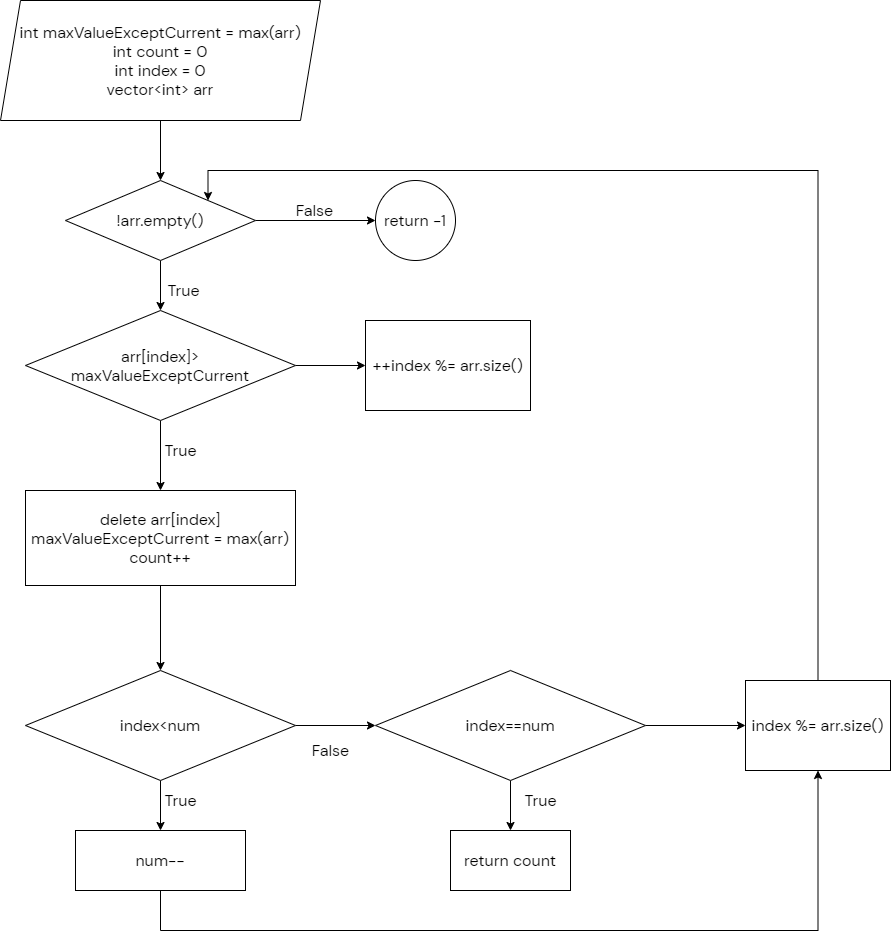
Earlier version of the draw.io export Printer-Queue.png (wildDoubt/210303_Printer-Queue_CWY). Source tidied: cells renumbered, new cells last; positions are measured from the earlier drawing's top-left corner, leaving out a move shared by most shapes.
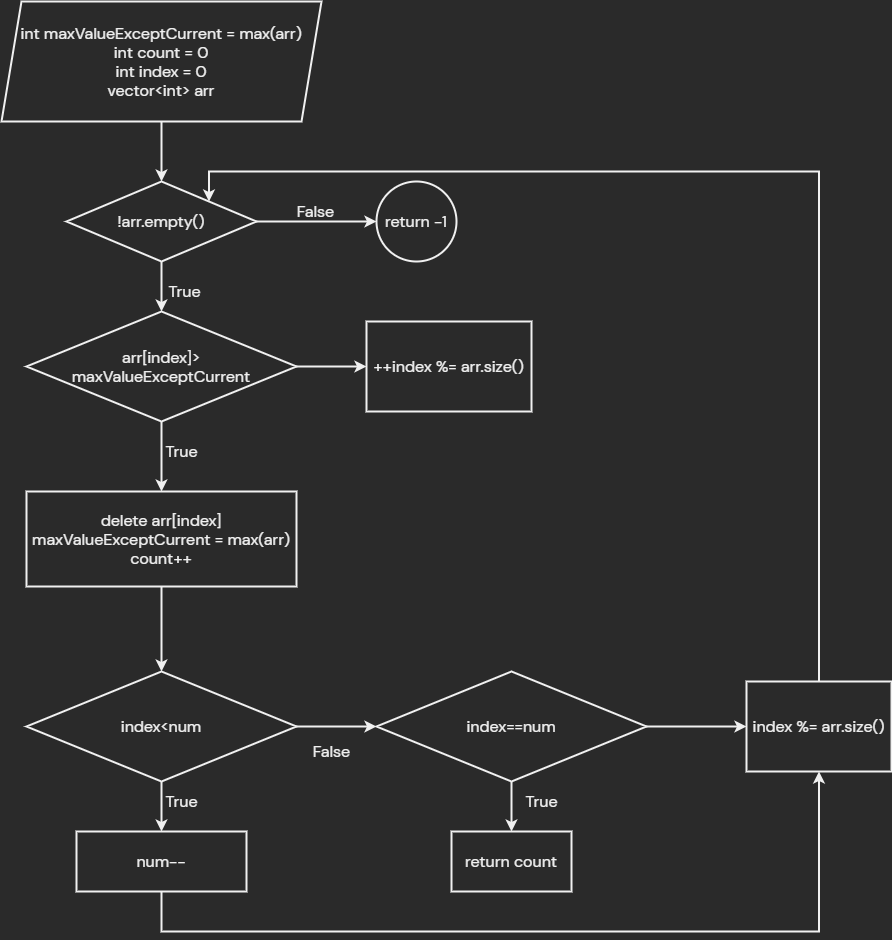
The same diagram one commit later.

Commit message:
apply dark theme to flowchart

What changed in the source:
```diff
@@ -2,70 +2,70 @@
   <root>
     <mxCell id="0" />
     <mxCell id="1" parent="0" />
-    <mxCell id="2" style="edgeStyle=orthogonalEdgeStyle;rounded=0;jettySize=auto;html=1;fontSize=16;entryX=0.5;entryY=0;entryDx=0;entryDy=0;exitX=0.5;exitY=1;exitDx=0;exitDy=0;fontFamily=DM Sans;fontSource=https%3A%2F%2Ffonts.googleapis.com%2Fcss%3Ffamily%3DDM%2BSans;" parent="1" edge="1" source="7" target="5">
+    <mxCell id="2" style="edgeStyle=orthogonalEdgeStyle;rounded=0;jettySize=auto;html=1;fontSize=16;entryX=0.5;entryY=0;entryDx=0;entryDy=0;exitX=0.5;exitY=1;exitDx=0;exitDy=0;fontFamily=DM Sans;fontSource=https%3A%2F%2Ffonts.googleapis.com%2Fcss%3Ffamily%3DDM%2BSans;strokeWidth=2;" parent="1" edge="1" source="7" target="5">
       <mxGeometry relative="1" as="geometry" />
     </mxCell>
-    <mxCell id="3" style="edgeStyle=orthogonalEdgeStyle;rounded=0;jettySize=auto;html=1;fontSize=16;entryX=0.5;entryY=0;entryDx=0;entryDy=0;fontFamily=DM Sans;fontSource=https%3A%2F%2Ffonts.googleapis.com%2Fcss%3Ffamily%3DDM%2BSans;" parent="1" edge="1" source="5" target="11">
+    <mxCell id="3" style="edgeStyle=orthogonalEdgeStyle;rounded=0;jettySize=auto;html=1;fontSize=16;entryX=0.5;entryY=0;entryDx=0;entryDy=0;fontFamily=DM Sans;fontSource=https%3A%2F%2Ffonts.googleapis.com%2Fcss%3Ffamily%3DDM%2BSans;strokeWidth=2;" parent="1" edge="1" source="5" target="11">
       <mxGeometry relative="1" as="geometry" />
     </mxCell>
-    <mxCell id="4" style="edgeStyle=orthogonalEdgeStyle;rounded=0;jettySize=auto;html=1;fontSize=16;entryX=0;entryY=0.5;entryDx=0;entryDy=0;fontFamily=DM Sans;fontSource=https%3A%2F%2Ffonts.googleapis.com%2Fcss%3Ffamily%3DDM%2BSans;" parent="1" edge="1" source="5" target="8">
+    <mxCell id="4" style="edgeStyle=orthogonalEdgeStyle;rounded=0;jettySize=auto;html=1;fontSize=16;entryX=0;entryY=0.5;entryDx=0;entryDy=0;fontFamily=DM Sans;fontSource=https%3A%2F%2Ffonts.googleapis.com%2Fcss%3Ffamily%3DDM%2BSans;strokeWidth=2;" parent="1" edge="1" source="5" target="8">
       <mxGeometry relative="1" as="geometry" />
     </mxCell>
-    <mxCell id="5" value="!arr.empty()" style="rhombus;whiteSpace=wrap;html=1;fontSize=16;fontFamily=DM Sans;fontSource=https%3A%2F%2Ffonts.googleapis.com%2Fcss%3Ffamily%3DDM%2BSans;" parent="1" vertex="1">
+    <mxCell id="5" value="!arr.empty()" style="rhombus;whiteSpace=wrap;html=1;fontSize=16;fontFamily=DM Sans;fontSource=https%3A%2F%2Ffonts.googleapis.com%2Fcss%3Ffamily%3DDM%2BSans;strokeWidth=2;" parent="1" vertex="1">
       <mxGeometry x="65" y="180" width="190" height="80" as="geometry" />
     </mxCell>
-    <mxCell id="6" value="True" style="text;html=1;align=center;verticalAlign=middle;fontSize=16;fontFamily=DM Sans;fontSource=https%3A%2F%2Ffonts.googleapis.com%2Fcss%3Ffamily%3DDM%2BSans;" parent="1" vertex="1">
+    <mxCell id="6" value="True" style="text;html=1;align=center;verticalAlign=middle;fontSize=16;fontFamily=DM Sans;fontSource=https%3A%2F%2Ffonts.googleapis.com%2Fcss%3Ffamily%3DDM%2BSans;strokeWidth=2;" parent="1" vertex="1">
       <mxGeometry x="158" y="280" width="50" height="20" as="geometry" />
     </mxCell>
-    <mxCell id="7" value="&lt;span&gt;int maxValueExceptCurrent = max(arr)&lt;/span&gt;&lt;br&gt;&lt;span&gt;int count = 0&lt;/span&gt;&lt;br&gt;&lt;span&gt;int index = 0&lt;br&gt;vector&amp;lt;int&amp;gt; arr&lt;br&gt;&lt;/span&gt;" style="shape=parallelogram;perimeter=parallelogramPerimeter;whiteSpace=wrap;html=1;fixedSize=1;fontSize=16;fontFamily=DM Sans;fontSource=https%3A%2F%2Ffonts.googleapis.com%2Fcss%3Ffamily%3DDM%2BSans;" parent="1" vertex="1">
+    <mxCell id="7" value="&lt;span&gt;int maxValueExceptCurrent = max(arr)&lt;/span&gt;&lt;br&gt;&lt;span&gt;int count = 0&lt;/span&gt;&lt;br&gt;&lt;span&gt;int index = 0&lt;br&gt;vector&amp;lt;int&amp;gt; arr&lt;br&gt;&lt;/span&gt;" style="shape=parallelogram;perimeter=parallelogramPerimeter;whiteSpace=wrap;html=1;fixedSize=1;fontSize=16;fontFamily=DM Sans;fontSource=https%3A%2F%2Ffonts.googleapis.com%2Fcss%3Ffamily%3DDM%2BSans;strokeWidth=2;" parent="1" vertex="1">
       <mxGeometry width="320" height="120" as="geometry" />
     </mxCell>
-    <mxCell id="8" value="return -1" style="ellipse;whiteSpace=wrap;html=1;fontSize=16;fontFamily=DM Sans;fontSource=https%3A%2F%2Ffonts.googleapis.com%2Fcss%3Ffamily%3DDM%2BSans;" parent="1" vertex="1">
+    <mxCell id="8" value="return -1" style="ellipse;whiteSpace=wrap;html=1;fontSize=16;fontFamily=DM Sans;fontSource=https%3A%2F%2Ffonts.googleapis.com%2Fcss%3Ffamily%3DDM%2BSans;strokeWidth=2;" parent="1" vertex="1">
       <mxGeometry x="375" y="180" width="80" height="80" as="geometry" />
     </mxCell>
-    <mxCell id="9" style="edgeStyle=orthogonalEdgeStyle;rounded=0;jettySize=auto;html=1;fontSize=16;fontFamily=DM Sans;fontSource=https%3A%2F%2Ffonts.googleapis.com%2Fcss%3Ffamily%3DDM%2BSans;" parent="1" edge="1" source="11" target="13">
+    <mxCell id="9" style="edgeStyle=orthogonalEdgeStyle;rounded=0;jettySize=auto;html=1;fontSize=16;fontFamily=DM Sans;fontSource=https%3A%2F%2Ffonts.googleapis.com%2Fcss%3Ffamily%3DDM%2BSans;strokeWidth=2;" parent="1" edge="1" source="11" target="13">
       <mxGeometry relative="1" as="geometry" />
     </mxCell>
-    <mxCell id="10" style="edgeStyle=orthogonalEdgeStyle;rounded=0;jettySize=auto;html=1;fontSize=16;fontFamily=DM Sans;fontSource=https%3A%2F%2Ffonts.googleapis.com%2Fcss%3Ffamily%3DDM%2BSans;" parent="1" edge="1" source="11" target="15">
+    <mxCell id="10" style="edgeStyle=orthogonalEdgeStyle;rounded=0;jettySize=auto;html=1;fontSize=16;fontFamily=DM Sans;fontSource=https%3A%2F%2Ffonts.googleapis.com%2Fcss%3Ffamily%3DDM%2BSans;strokeWidth=2;" parent="1" edge="1" source="11" target="15">
       <mxGeometry relative="1" as="geometry" />
     </mxCell>
-    <mxCell id="11" value="arr[index]&amp;gt;&lt;br&gt;maxValueExceptCurrent" style="rhombus;whiteSpace=wrap;html=1;fontSize=16;fontFamily=DM Sans;fontSource=https%3A%2F%2Ffonts.googleapis.com%2Fcss%3Ffamily%3DDM%2BSans;" parent="1" vertex="1">
+    <mxCell id="11" value="arr[index]&amp;gt;&lt;br&gt;maxValueExceptCurrent" style="rhombus;whiteSpace=wrap;html=1;fontSize=16;fontFamily=DM Sans;fontSource=https%3A%2F%2Ffonts.googleapis.com%2Fcss%3Ffamily%3DDM%2BSans;strokeWidth=2;" parent="1" vertex="1">
       <mxGeometry x="25" y="310" width="270" height="110" as="geometry" />
     </mxCell>
-    <mxCell id="12" value="False" style="text;html=1;align=center;verticalAlign=middle;fontSize=16;fontFamily=DM Sans;fontSource=https%3A%2F%2Ffonts.googleapis.com%2Fcss%3Ffamily%3DDM%2BSans;" parent="1" vertex="1">
+    <mxCell id="12" value="False" style="text;html=1;align=center;verticalAlign=middle;fontSize=16;fontFamily=DM Sans;fontSource=https%3A%2F%2Ffonts.googleapis.com%2Fcss%3Ffamily%3DDM%2BSans;strokeWidth=2;" parent="1" vertex="1">
       <mxGeometry x="288.5" y="200" width="50" height="20" as="geometry" />
     </mxCell>
-    <mxCell id="13" value="++index %= arr.size()" style="whiteSpace=wrap;html=1;fontSize=16;fontFamily=DM Sans;fontSource=https%3A%2F%2Ffonts.googleapis.com%2Fcss%3Ffamily%3DDM%2BSans;" parent="1" vertex="1">
+    <mxCell id="13" value="++index %= arr.size()" style="whiteSpace=wrap;html=1;fontSize=16;fontFamily=DM Sans;fontSource=https%3A%2F%2Ffonts.googleapis.com%2Fcss%3Ffamily%3DDM%2BSans;strokeWidth=2;" parent="1" vertex="1">
       <mxGeometry x="365" y="320" width="165" height="90" as="geometry" />
     </mxCell>
-    <mxCell id="14" style="edgeStyle=orthogonalEdgeStyle;rounded=0;jettySize=auto;html=1;fontSize=16;entryX=0.5;entryY=0;entryDx=0;entryDy=0;fontFamily=DM Sans;fontSource=https%3A%2F%2Ffonts.googleapis.com%2Fcss%3Ffamily%3DDM%2BSans;" parent="1" edge="1" source="15" target="19">
+    <mxCell id="14" style="edgeStyle=orthogonalEdgeStyle;rounded=0;jettySize=auto;html=1;fontSize=16;entryX=0.5;entryY=0;entryDx=0;entryDy=0;fontFamily=DM Sans;fontSource=https%3A%2F%2Ffonts.googleapis.com%2Fcss%3Ffamily%3DDM%2BSans;strokeWidth=2;" parent="1" edge="1" source="15" target="19">
       <mxGeometry relative="1" as="geometry" />
     </mxCell>
-    <mxCell id="15" value="delete arr[index]&lt;br&gt;maxValueExceptCurrent = max(arr)&lt;br&gt;count++" style="whiteSpace=wrap;html=1;fontSize=16;fontFamily=DM Sans;fontSource=https%3A%2F%2Ffonts.googleapis.com%2Fcss%3Ffamily%3DDM%2BSans;" parent="1" vertex="1">
+    <mxCell id="15" value="delete arr[index]&lt;br&gt;maxValueExceptCurrent = max(arr)&lt;br&gt;count++" style="whiteSpace=wrap;html=1;fontSize=16;fontFamily=DM Sans;fontSource=https%3A%2F%2Ffonts.googleapis.com%2Fcss%3Ffamily%3DDM%2BSans;strokeWidth=2;" parent="1" vertex="1">
       <mxGeometry x="25" y="490" width="270" height="95" as="geometry" />
     </mxCell>
-    <mxCell id="16" value="True" style="text;html=1;align=center;verticalAlign=middle;fontSize=16;rotation=0;fontFamily=DM Sans;fontSource=https%3A%2F%2Ffonts.googleapis.com%2Fcss%3Ffamily%3DDM%2BSans;" parent="1" vertex="1">
+    <mxCell id="16" value="True" style="text;html=1;align=center;verticalAlign=middle;fontSize=16;rotation=0;fontFamily=DM Sans;fontSource=https%3A%2F%2Ffonts.googleapis.com%2Fcss%3Ffamily%3DDM%2BSans;strokeWidth=2;" parent="1" vertex="1">
       <mxGeometry x="155" y="440" width="50" height="20" as="geometry" />
     </mxCell>
-    <mxCell id="17" style="edgeStyle=orthogonalEdgeStyle;rounded=0;jettySize=auto;html=1;fontSize=16;fontFamily=DM Sans;fontSource=https%3A%2F%2Ffonts.googleapis.com%2Fcss%3Ffamily%3DDM%2BSans;" parent="1" edge="1" source="19" target="22">
+    <mxCell id="17" style="edgeStyle=orthogonalEdgeStyle;rounded=0;jettySize=auto;html=1;fontSize=16;fontFamily=DM Sans;fontSource=https%3A%2F%2Ffonts.googleapis.com%2Fcss%3Ffamily%3DDM%2BSans;strokeWidth=2;" parent="1" edge="1" source="19" target="22">
       <mxGeometry relative="1" as="geometry" />
     </mxCell>
-    <mxCell id="18" style="edgeStyle=orthogonalEdgeStyle;rounded=0;jettySize=auto;html=1;fontSize=16;fontFamily=DM Sans;fontSource=https%3A%2F%2Ffonts.googleapis.com%2Fcss%3Ffamily%3DDM%2BSans;" parent="1" edge="1" source="19" target="24">
+    <mxCell id="18" style="edgeStyle=orthogonalEdgeStyle;rounded=0;jettySize=auto;html=1;fontSize=16;fontFamily=DM Sans;fontSource=https%3A%2F%2Ffonts.googleapis.com%2Fcss%3Ffamily%3DDM%2BSans;strokeWidth=2;" parent="1" edge="1" source="19" target="24">
       <mxGeometry relative="1" as="geometry" />
     </mxCell>
-    <mxCell id="19" value="index&amp;lt;num" style="rhombus;whiteSpace=wrap;html=1;fontSize=16;fontFamily=DM Sans;fontSource=https%3A%2F%2Ffonts.googleapis.com%2Fcss%3Ffamily%3DDM%2BSans;" parent="1" vertex="1">
+    <mxCell id="19" value="index&amp;lt;num" style="rhombus;whiteSpace=wrap;html=1;fontSize=16;fontFamily=DM Sans;fontSource=https%3A%2F%2Ffonts.googleapis.com%2Fcss%3Ffamily%3DDM%2BSans;strokeWidth=2;" parent="1" vertex="1">
       <mxGeometry x="25" y="670" width="270" height="110" as="geometry" />
     </mxCell>
-    <mxCell id="20" style="edgeStyle=orthogonalEdgeStyle;rounded=0;jettySize=auto;html=1;fontSize=16;fontFamily=DM Sans;fontSource=https%3A%2F%2Ffonts.googleapis.com%2Fcss%3Ffamily%3DDM%2BSans;" parent="1" edge="1" source="22" target="27">
+    <mxCell id="20" style="edgeStyle=orthogonalEdgeStyle;rounded=0;jettySize=auto;html=1;fontSize=16;fontFamily=DM Sans;fontSource=https%3A%2F%2Ffonts.googleapis.com%2Fcss%3Ffamily%3DDM%2BSans;strokeWidth=2;" parent="1" edge="1" source="22" target="27">
       <mxGeometry relative="1" as="geometry" />
     </mxCell>
-    <mxCell id="21" style="edgeStyle=orthogonalEdgeStyle;rounded=0;jettySize=auto;html=1;fontSize=16;fontFamily=DM Sans;fontSource=https%3A%2F%2Ffonts.googleapis.com%2Fcss%3Ffamily%3DDM%2BSans;" parent="1" edge="1" source="22" target="30">
+    <mxCell id="21" style="edgeStyle=orthogonalEdgeStyle;rounded=0;jettySize=auto;html=1;fontSize=16;fontFamily=DM Sans;fontSource=https%3A%2F%2Ffonts.googleapis.com%2Fcss%3Ffamily%3DDM%2BSans;strokeWidth=2;" parent="1" edge="1" source="22" target="30">
       <mxGeometry relative="1" as="geometry" />
     </mxCell>
-    <mxCell id="22" value="index==num" style="rhombus;whiteSpace=wrap;html=1;fontSize=16;fontFamily=DM Sans;fontSource=https%3A%2F%2Ffonts.googleapis.com%2Fcss%3Ffamily%3DDM%2BSans;" parent="1" vertex="1">
+    <mxCell id="22" value="index==num" style="rhombus;whiteSpace=wrap;html=1;fontSize=16;fontFamily=DM Sans;fontSource=https%3A%2F%2Ffonts.googleapis.com%2Fcss%3Ffamily%3DDM%2BSans;strokeWidth=2;" parent="1" vertex="1">
       <mxGeometry x="375" y="670" width="270" height="110" as="geometry" />
     </mxCell>
-    <mxCell id="23" style="edgeStyle=orthogonalEdgeStyle;rounded=0;jettySize=auto;html=1;fontSize=16;fontFamily=DM Sans;fontSource=https%3A%2F%2Ffonts.googleapis.com%2Fcss%3Ffamily%3DDM%2BSans;entryX=0.5;entryY=1;entryDx=0;entryDy=0;" parent="1" edge="1" source="24" target="30">
+    <mxCell id="23" style="edgeStyle=orthogonalEdgeStyle;rounded=0;jettySize=auto;html=1;fontSize=16;fontFamily=DM Sans;fontSource=https%3A%2F%2Ffonts.googleapis.com%2Fcss%3Ffamily%3DDM%2BSans;entryX=0.5;entryY=1;entryDx=0;entryDy=0;strokeWidth=2;" parent="1" edge="1" source="24" target="30">
       <mxGeometry relative="1" as="geometry">
         <Array as="points">
           <mxPoint x="160" y="930" />
@@ -73,22 +73,22 @@
         </Array>
       </mxGeometry>
     </mxCell>
-    <mxCell id="24" value="num--" style="whiteSpace=wrap;html=1;fontSize=16;fontFamily=DM Sans;fontSource=https%3A%2F%2Ffonts.googleapis.com%2Fcss%3Ffamily%3DDM%2BSans;" parent="1" vertex="1">
+    <mxCell id="24" value="num--" style="whiteSpace=wrap;html=1;fontSize=16;fontFamily=DM Sans;fontSource=https%3A%2F%2Ffonts.googleapis.com%2Fcss%3Ffamily%3DDM%2BSans;strokeWidth=2;" parent="1" vertex="1">
       <mxGeometry x="75" y="830" width="170" height="60" as="geometry" />
     </mxCell>
-    <mxCell id="25" value="True" style="text;html=1;align=center;verticalAlign=middle;fontSize=16;fontFamily=DM Sans;fontSource=https%3A%2F%2Ffonts.googleapis.com%2Fcss%3Ffamily%3DDM%2BSans;" parent="1" vertex="1">
+    <mxCell id="25" value="True" style="text;html=1;align=center;verticalAlign=middle;fontSize=16;fontFamily=DM Sans;fontSource=https%3A%2F%2Ffonts.googleapis.com%2Fcss%3Ffamily%3DDM%2BSans;strokeWidth=2;" parent="1" vertex="1">
       <mxGeometry x="155" y="790" width="50" height="20" as="geometry" />
     </mxCell>
-    <mxCell id="26" value="False" style="text;html=1;align=center;verticalAlign=middle;fontSize=16;fontFamily=DM Sans;fontSource=https%3A%2F%2Ffonts.googleapis.com%2Fcss%3Ffamily%3DDM%2BSans;" parent="1" vertex="1">
+    <mxCell id="26" value="False" style="text;html=1;align=center;verticalAlign=middle;fontSize=16;fontFamily=DM Sans;fontSource=https%3A%2F%2Ffonts.googleapis.com%2Fcss%3Ffamily%3DDM%2BSans;strokeWidth=2;" parent="1" vertex="1">
       <mxGeometry x="305" y="740" width="50" height="20" as="geometry" />
     </mxCell>
-    <mxCell id="27" value="return count" style="whiteSpace=wrap;html=1;fontSize=16;fontFamily=DM Sans;fontSource=https%3A%2F%2Ffonts.googleapis.com%2Fcss%3Ffamily%3DDM%2BSans;" parent="1" vertex="1">
+    <mxCell id="27" value="return count" style="whiteSpace=wrap;html=1;fontSize=16;fontFamily=DM Sans;fontSource=https%3A%2F%2Ffonts.googleapis.com%2Fcss%3Ffamily%3DDM%2BSans;strokeWidth=2;" parent="1" vertex="1">
       <mxGeometry x="450" y="830" width="120" height="60" as="geometry" />
     </mxCell>
-    <mxCell id="28" value="True" style="text;html=1;align=center;verticalAlign=middle;fontSize=16;fontFamily=DM Sans;fontSource=https%3A%2F%2Ffonts.googleapis.com%2Fcss%3Ffamily%3DDM%2BSans;" parent="1" vertex="1">
+    <mxCell id="28" value="True" style="text;html=1;align=center;verticalAlign=middle;fontSize=16;fontFamily=DM Sans;fontSource=https%3A%2F%2Ffonts.googleapis.com%2Fcss%3Ffamily%3DDM%2BSans;strokeWidth=2;" parent="1" vertex="1">
       <mxGeometry x="515" y="790" width="50" height="20" as="geometry" />
     </mxCell>
-    <mxCell id="29" style="edgeStyle=orthogonalEdgeStyle;rounded=0;jettySize=auto;html=1;entryX=1;entryY=0;entryDx=0;entryDy=0;fontSize=16;fontFamily=DM Sans;fontSource=https%3A%2F%2Ffonts.googleapis.com%2Fcss%3Ffamily%3DDM%2BSans;" parent="1" edge="1" source="30" target="5">
+    <mxCell id="29" style="edgeStyle=orthogonalEdgeStyle;rounded=0;jettySize=auto;html=1;entryX=1;entryY=0;entryDx=0;entryDy=0;fontSize=16;fontFamily=DM Sans;fontSource=https%3A%2F%2Ffonts.googleapis.com%2Fcss%3Ffamily%3DDM%2BSans;strokeWidth=2;" parent="1" edge="1" source="30" target="5">
       <mxGeometry relative="1" as="geometry">
         <Array as="points">
           <mxPoint x="818" y="170" />
@@ -96,7 +96,7 @@
         </Array>
       </mxGeometry>
     </mxCell>
-    <mxCell id="30" value="&lt;span&gt;index %= arr.size()&lt;/span&gt;" style="whiteSpace=wrap;html=1;fontSize=16;fontFamily=DM Sans;fontSource=https%3A%2F%2Ffonts.googleapis.com%2Fcss%3Ffamily%3DDM%2BSans;" parent="1" vertex="1">
+    <mxCell id="30" value="&lt;span&gt;index %= arr.size()&lt;/span&gt;" style="whiteSpace=wrap;html=1;fontSize=16;fontFamily=DM Sans;fontSource=https%3A%2F%2Ffonts.googleapis.com%2Fcss%3Ffamily%3DDM%2BSans;strokeWidth=2;" parent="1" vertex="1">
       <mxGeometry x="745" y="680" width="145" height="90" as="geometry" />
     </mxCell>
   </root>
```
